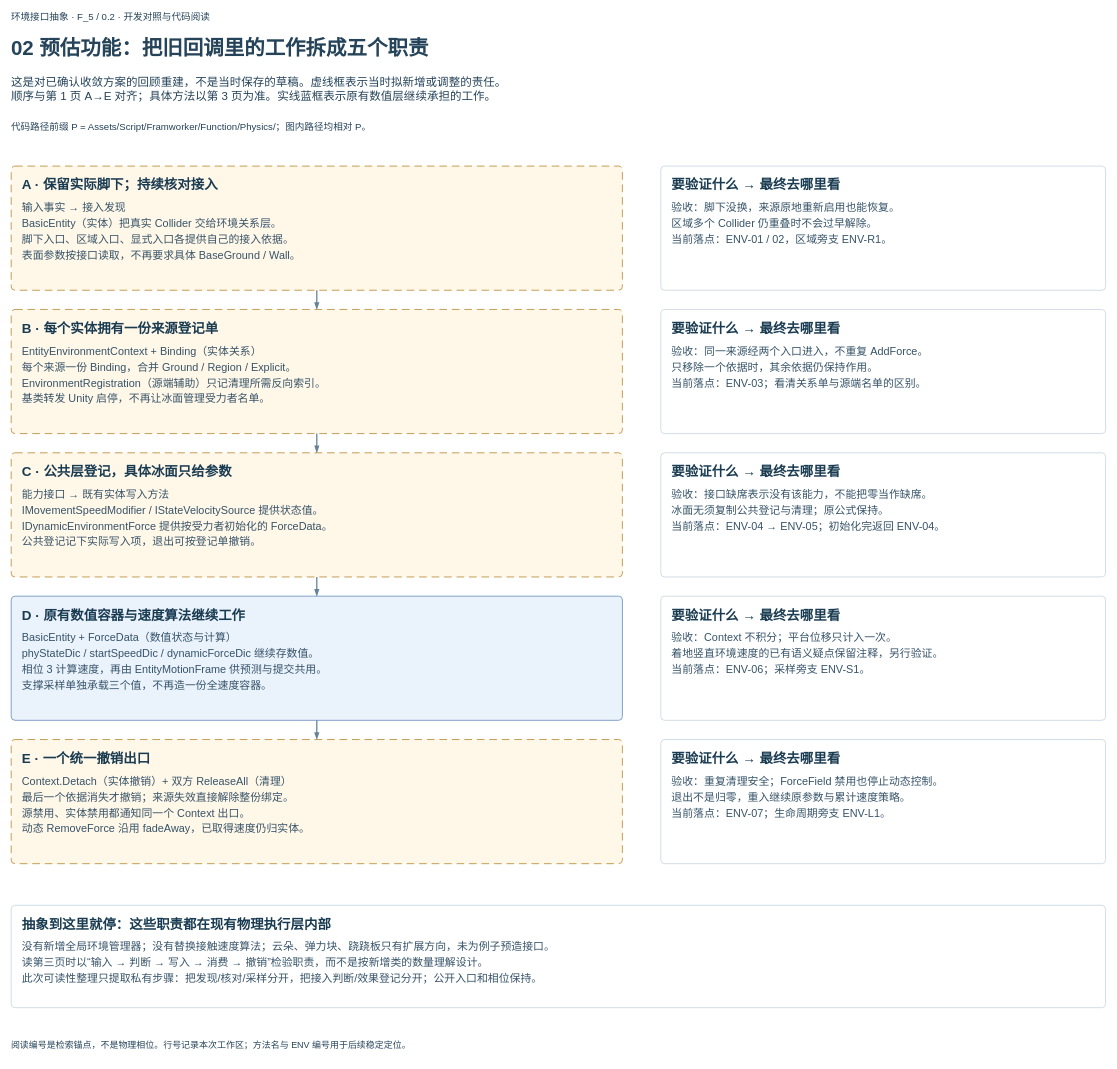
This is page "02 预估功能：把旧回调里的工作拆成五个职责" (2 of 4) of Docs/环境接口抽象-开发对照.drawio from TaiTanw/New2DObject, a draw.io file, before an edit. Source tidied: cells renumbered, new cells numbered last; positions are measured from the earlier drawing's top-left corner, leaving out a move shared by most shapes. Both pictures are drawn from the tidied source at 64%, with x=0, y=0 at pixel (11, 11).
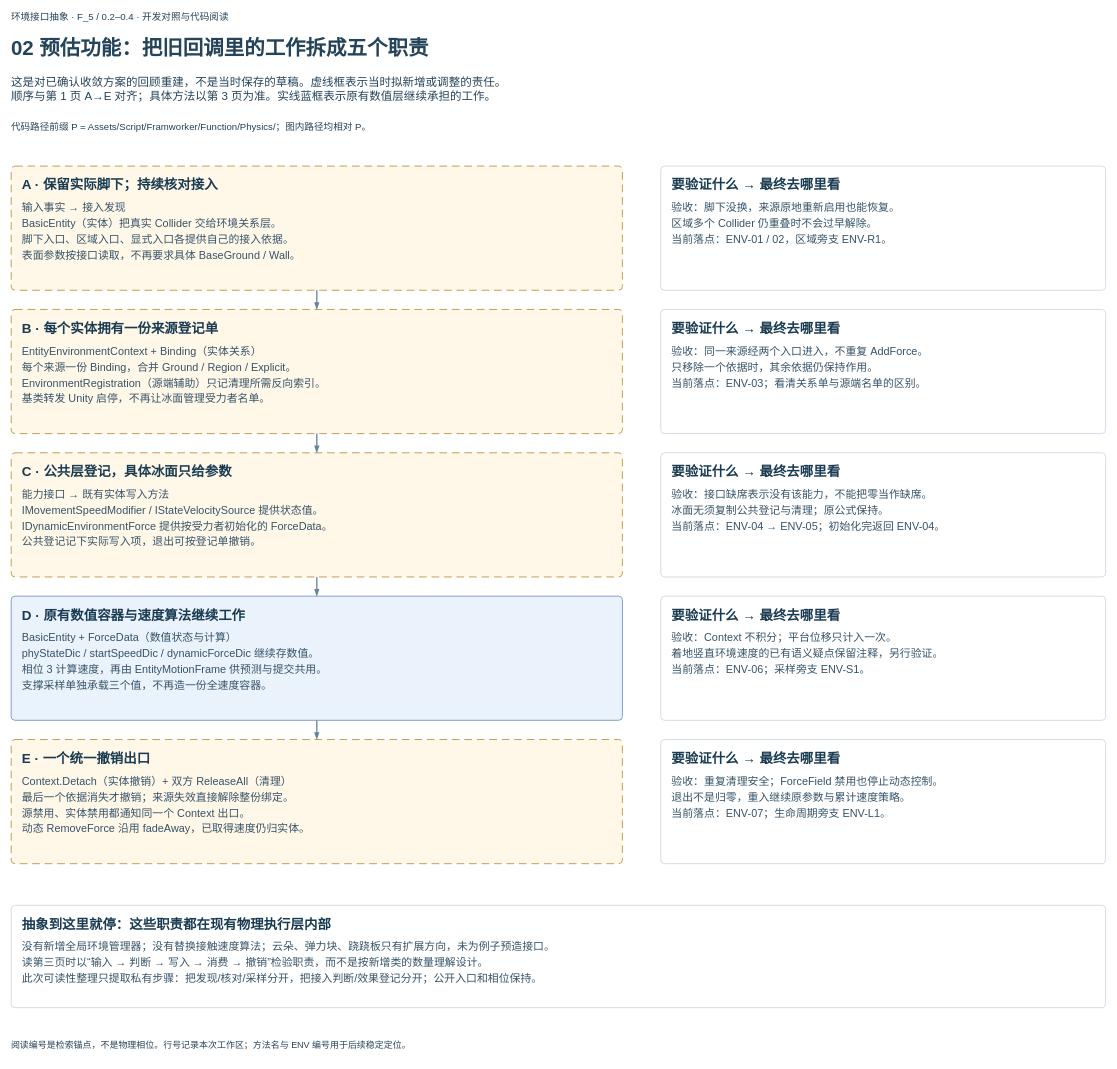
The same diagram, later.

What changed in the source:
```diff
@@
-    <mxCell id="2" value="环境接口抽象 · F_5 / 0.2 · 开发对照与代码阅读" style="text;html=1;whiteSpace=wrap;overflow=fill;spacing=0;align=left;verticalAlign=middle;fontFamily=Microsoft YaHei;fontSize=15;fontColor=#254359;fontStyle=0;strokeColor=none;fillColor=none;" parent="1" vertex="1">
+    <mxCell id="2" value="环境接口抽象 · F_5 / 0.2–0.4 · 开发对照与代码阅读" style="text;html=1;whiteSpace=wrap;overflow=fill;spacing=0;align=left;verticalAlign=middle;fontFamily=Microsoft YaHei;fontSize=15;fontColor=#254359;fontStyle=0;strokeColor=none;fillColor=none;" parent="1" vertex="1">
       <mxGeometry width="1700" height="26" as="geometry" />
     </mxCell>
```
